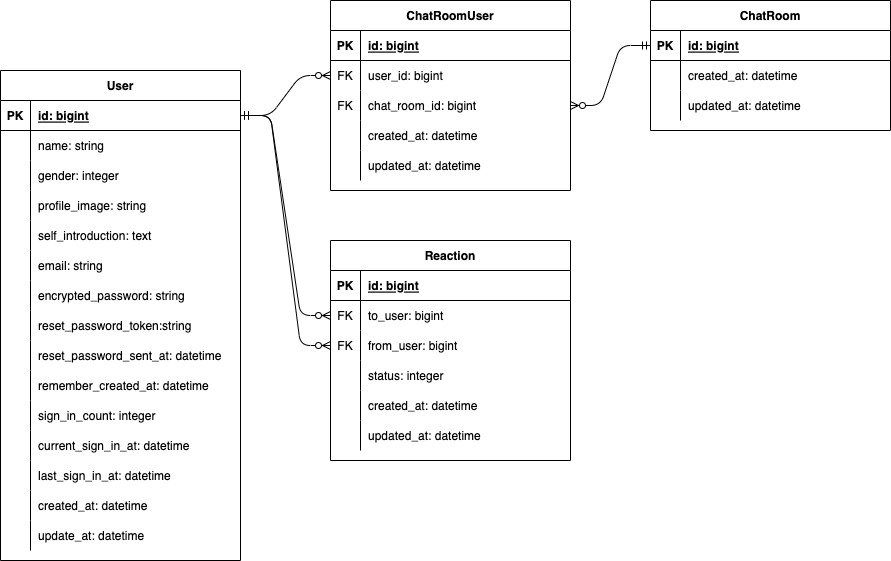
Above: RD/ER.png in fumtas1k/match_app (draw.io), before the change. Source tidied: cells renumbered, new cells last; positions are measured from the earlier drawing's top-left corner, leaving out a move shared by most shapes.
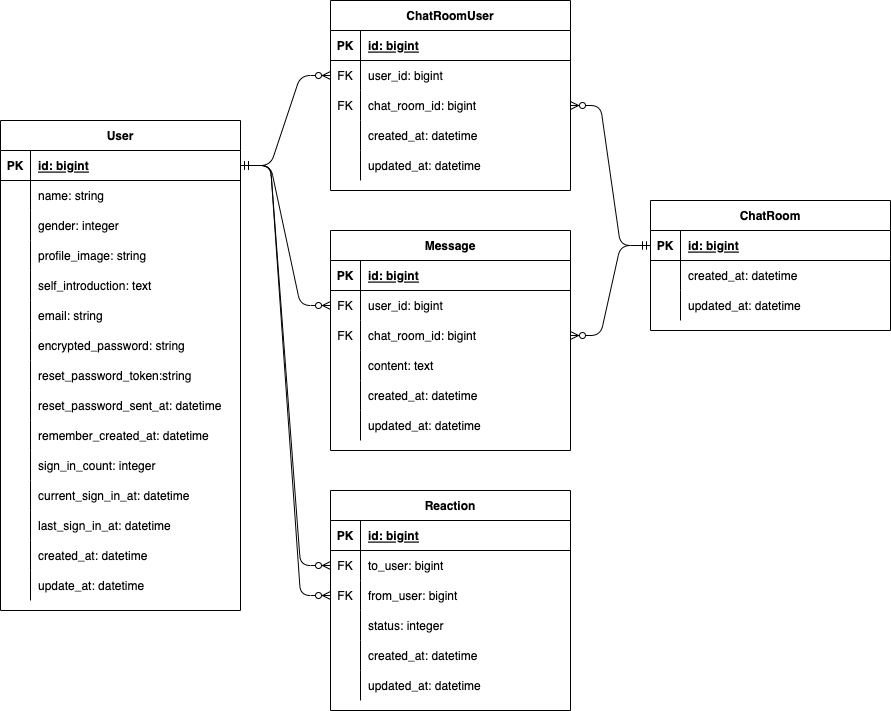
After the commit.

Commit message:
add:messageモデル追加

Change to the diagram source:
```diff
@@ -141,7 +141,7 @@
       <mxGeometry x="30" width="210" height="30" as="geometry" />
     </mxCell>
     <mxCell id="48" value="Reaction" style="shape=table;startSize=30;rowLines=0;fontStyle=1;align=center;" parent="1" vertex="1">
-      <mxGeometry x="330" y="240" width="240" height="220" as="geometry" />
+      <mxGeometry x="330" y="440" width="240" height="220" as="geometry" />
     </mxCell>
     <mxCell id="49" style="shape=partialRectangle;fillColor=none;top=0;left=0;bottom=1;right=0;" parent="48" vertex="1">
       <mxGeometry y="30" width="240" height="30" as="geometry" />
@@ -204,7 +204,7 @@
       <mxGeometry relative="1" as="geometry" />
     </mxCell>
     <mxCell id="69" value="ChatRoomUser" style="shape=table;startSize=30;rowLines=0;fontStyle=1;align=center;" parent="1" vertex="1">
-      <mxGeometry x="330" width="240" height="190" as="geometry" />
+      <mxGeometry x="330" y="-50" width="240" height="190" as="geometry" />
     </mxCell>
     <mxCell id="70" style="shape=partialRectangle;fillColor=none;top=0;left=0;bottom=1;right=0;" parent="69" vertex="1">
       <mxGeometry y="30" width="240" height="30" as="geometry" />
@@ -255,7 +255,7 @@
       <mxGeometry relative="1" as="geometry" />
     </mxCell>
     <mxCell id="86" value="ChatRoom" style="shape=table;startSize=30;rowLines=0;fontStyle=1;align=center;" parent="1" vertex="1">
-      <mxGeometry x="650" width="240" height="130" as="geometry" />
+      <mxGeometry x="650" y="150" width="240" height="130" as="geometry" />
     </mxCell>
     <mxCell id="87" style="shape=partialRectangle;fillColor=none;top=0;left=0;bottom=1;right=0;points=[[0,0.5],[1,0.5]];portConstraint=eastwest;" parent="86" vertex="1">
       <mxGeometry y="30" width="240" height="30" as="geometry" />
@@ -287,5 +287,68 @@
     <mxCell id="96" style="edgeStyle=entityRelationEdgeStyle;fontSize=12;html=1;endArrow=ERzeroToMany;startArrow=ERmandOne;exitX=0;exitY=0.5;exitDx=0;exitDy=0;entryX=1;entryY=0.5;entryDx=0;entryDy=0;" parent="1" edge="1" source="87" target="76">
       <mxGeometry relative="1" as="geometry" />
     </mxCell>
+    <mxCell id="97" value="Message" style="shape=table;startSize=30;rowLines=0;fontStyle=1;align=center;" parent="1" vertex="1">
+      <mxGeometry x="330" y="180" width="240" height="220" as="geometry" />
+    </mxCell>
+    <mxCell id="98" style="shape=partialRectangle;fillColor=none;top=0;left=0;bottom=1;right=0;" parent="97" vertex="1">
+      <mxGeometry y="30" width="240" height="30" as="geometry" />
+    </mxCell>
+    <mxCell id="99" value="PK" style="shape=partialRectangle;fillColor=none;top=0;left=0;bottom=0;right=0;fontStyle=1;overflow=hidden;" parent="98" vertex="1">
+      <mxGeometry width="30" height="30" as="geometry" />
+    </mxCell>
+    <mxCell id="100" value="id: bigint" style="shape=partialRectangle;fillColor=none;top=0;left=0;bottom=0;right=0;align=left;spacingLeft=6;fontStyle=5;overflow=hidden;" parent="98" vertex="1">
+      <mxGeometry x="30" width="210" height="30" as="geometry" />
+    </mxCell>
+    <mxCell id="101" style="shape=partialRectangle;fillColor=none;top=0;left=0;bottom=0;right=0;points=[[0,0.5],[1,0.5]];portConstraint=eastwest;" parent="97" vertex="1">
+      <mxGeometry y="60" width="240" height="30" as="geometry" />
+    </mxCell>
+    <mxCell id="102" value="FK" style="shape=partialRectangle;fillColor=none;top=0;left=0;bottom=0;right=0;fontStyle=0;overflow=hidden;" parent="101" vertex="1">
+      <mxGeometry width="30" height="30" as="geometry" />
+    </mxCell>
+    <mxCell id="103" value="user_id: bigint" style="shape=partialRectangle;fillColor=none;top=0;left=0;bottom=0;right=0;align=left;spacingLeft=6;fontStyle=0;overflow=hidden;" parent="101" vertex="1">
+      <mxGeometry x="30" width="210" height="30" as="geometry" />
+    </mxCell>
+    <mxCell id="104" style="shape=partialRectangle;fillColor=none;top=0;left=0;bottom=0;right=0;points=[[0,0.5],[1,0.5]];portConstraint=eastwest;" parent="97" vertex="1">
+      <mxGeometry y="90" width="240" height="30" as="geometry" />
+    </mxCell>
+    <mxCell id="105" value="FK" style="shape=partialRectangle;fillColor=none;top=0;left=0;bottom=0;right=0;fontStyle=0;overflow=hidden;" parent="104" vertex="1">
+      <mxGeometry width="30" height="30" as="geometry" />
+    </mxCell>
+    <mxCell id="106" value="chat_room_id: bigint" style="shape=partialRectangle;fillColor=none;top=0;left=0;bottom=0;right=0;align=left;spacingLeft=6;fontStyle=0;overflow=hidden;" parent="104" vertex="1">
+      <mxGeometry x="30" width="210" height="30" as="geometry" />
+    </mxCell>
+    <mxCell id="107" style="shape=partialRectangle;fillColor=none;top=0;left=0;bottom=0;right=0;" parent="97" vertex="1">
+      <mxGeometry y="120" width="240" height="30" as="geometry" />
+    </mxCell>
+    <mxCell id="108" style="shape=partialRectangle;fillColor=none;top=0;left=0;bottom=0;right=0;overflow=hidden;" parent="107" vertex="1">
+      <mxGeometry width="30" height="30" as="geometry" />
+    </mxCell>
+    <mxCell id="109" value="content: text" style="shape=partialRectangle;fillColor=none;top=0;left=0;bottom=0;right=0;align=left;spacingLeft=6;overflow=hidden;" parent="107" vertex="1">
+      <mxGeometry x="30" width="210" height="30" as="geometry" />
+    </mxCell>
+    <mxCell id="110" style="shape=partialRectangle;fillColor=none;top=0;left=0;bottom=0;right=0;" parent="97" vertex="1">
+      <mxGeometry y="150" width="240" height="30" as="geometry" />
+    </mxCell>
+    <mxCell id="111" style="shape=partialRectangle;fillColor=none;top=0;left=0;bottom=0;right=0;overflow=hidden;" parent="110" vertex="1">
+      <mxGeometry width="30" height="30" as="geometry" />
+    </mxCell>
+    <mxCell id="112" value="created_at: datetime" style="shape=partialRectangle;fillColor=none;top=0;left=0;bottom=0;right=0;align=left;spacingLeft=6;overflow=hidden;" parent="110" vertex="1">
+      <mxGeometry x="30" width="210" height="30" as="geometry" />
+    </mxCell>
+    <mxCell id="113" style="shape=partialRectangle;fillColor=none;top=0;left=0;bottom=0;right=0;" parent="97" vertex="1">
+      <mxGeometry y="180" width="240" height="30" as="geometry" />
+    </mxCell>
+    <mxCell id="114" style="shape=partialRectangle;fillColor=none;top=0;left=0;bottom=0;right=0;overflow=hidden;" parent="113" vertex="1">
+      <mxGeometry width="30" height="30" as="geometry" />
+    </mxCell>
+    <mxCell id="115" value="updated_at: datetime" style="shape=partialRectangle;fillColor=none;top=0;left=0;bottom=0;right=0;align=left;spacingLeft=6;overflow=hidden;" parent="113" vertex="1">
+      <mxGeometry x="30" width="210" height="30" as="geometry" />
+    </mxCell>
+    <mxCell id="116" style="edgeStyle=entityRelationEdgeStyle;fontSize=12;html=1;endArrow=ERzeroToMany;startArrow=ERmandOne;exitX=1;exitY=0.5;exitDx=0;exitDy=0;entryX=0;entryY=0.5;entryDx=0;entryDy=0;" parent="1" edge="1" source="3" target="101">
+      <mxGeometry relative="1" as="geometry" />
+    </mxCell>
+    <mxCell id="117" style="edgeStyle=entityRelationEdgeStyle;fontSize=12;html=1;endArrow=ERzeroToMany;startArrow=ERmandOne;exitX=0;exitY=0.5;exitDx=0;exitDy=0;entryX=1;entryY=0.5;entryDx=0;entryDy=0;" parent="1" edge="1" source="87" target="104">
+      <mxGeometry relative="1" as="geometry" />
+    </mxCell>
   </root>
 </mxGraphModel>
```
